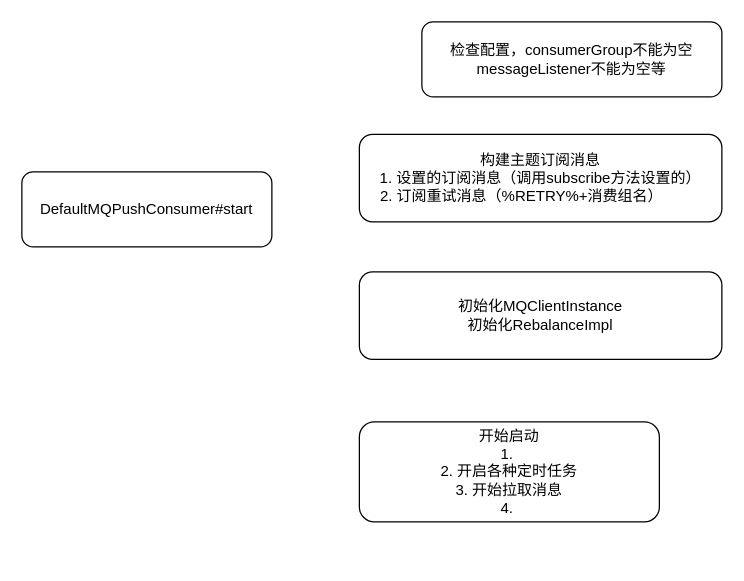
Above: rocketmq/消费者启动流程.drawio in erlieStar/diagrams (draw.io), before the change. Source tidied: cells renumbered, new cells numbered last; positions are measured from the earlier drawing's top-left corner, leaving out a move shared by most shapes. Both pictures are drawn from the tidied source at 125%, with x=0, y=0 at pixel (21, 21).
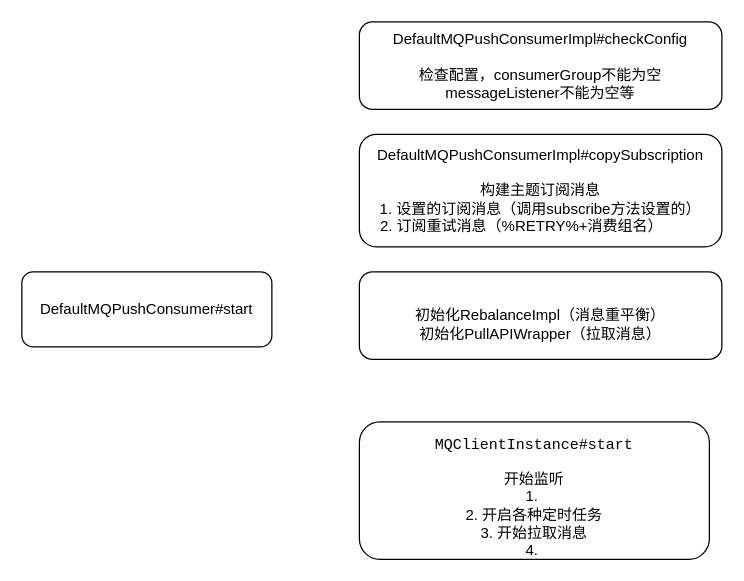
The same page after the edit.

Commit message:
Update 消费者启动流程.drawio

The edit, as a diff of the source:
```diff
@@
 <mxGraphModel>
   <root>
     <mxCell id="0" />
     <mxCell id="1" parent="0" />
     <mxCell id="2" value="DefaultMQPushConsumer#start" style="rounded=1;whiteSpace=wrap;html=1;" parent="1" vertex="1">
-      <mxGeometry y="120" width="200" height="60" as="geometry" />
+      <mxGeometry y="200" width="200" height="60" as="geometry" />
     </mxCell>
-    <mxCell id="3" value="构建主题订阅消息&lt;br&gt;1. 设置的订阅消息（调用subscribe方法设置的）&lt;br&gt;2. 订阅重试消息（%RETRY%+消费组名）&amp;nbsp; &amp;nbsp; &amp;nbsp; &amp;nbsp; &amp;nbsp;" style="rounded=1;whiteSpace=wrap;html=1;" parent="1" vertex="1">
-      <mxGeometry x="270" y="90" width="290" height="70" as="geometry" />
+    <mxCell id="3" value="DefaultMQPushConsumerImpl#copySubscription&lt;br&gt;&lt;br&gt;构建主题订阅消息&lt;br&gt;1. 设置的订阅消息（调用subscribe方法设置的）&lt;br&gt;2. 订阅重试消息（%RETRY%+消费组名）&amp;nbsp; &amp;nbsp; &amp;nbsp; &amp;nbsp; &amp;nbsp;" style="rounded=1;whiteSpace=wrap;html=1;" parent="1" vertex="1">
+      <mxGeometry x="270" y="90" width="290" height="90" as="geometry" />
     </mxCell>
-    <mxCell id="4" value="初始化MQClientInstance&lt;br&gt;初始化RebalanceImpl" style="rounded=1;whiteSpace=wrap;html=1;" parent="1" vertex="1">
+    <mxCell id="4" value="&lt;br&gt;初始化RebalanceImpl（消息重平衡）&lt;br&gt;初始化PullAPIWrapper（拉取消息）" style="rounded=1;whiteSpace=wrap;html=1;" parent="1" vertex="1">
       <mxGeometry x="270" y="200" width="290" height="70" as="geometry" />
     </mxCell>
-    <mxCell id="5" value="&lt;div&gt;检查配置，consumerGroup不能为空&lt;/div&gt;&lt;div&gt;messageListener不能为空等&lt;/div&gt;" style="rounded=1;whiteSpace=wrap;html=1;" parent="1" vertex="1">
-      <mxGeometry x="320" width="240" height="60" as="geometry" />
+    <mxCell id="5" value="&lt;div&gt;DefaultMQPushConsumerImpl#checkConfig&lt;br&gt;&lt;/div&gt;&lt;div&gt;&lt;br&gt;&lt;/div&gt;&lt;div&gt;检查配置，consumerGroup不能为空&lt;/div&gt;&lt;div&gt;messageListener不能为空等&lt;/div&gt;" style="rounded=1;whiteSpace=wrap;html=1;" parent="1" vertex="1">
+      <mxGeometry x="270" width="290" height="70" as="geometry" />
     </mxCell>
-    <mxCell id="6" value="开始启动&lt;br&gt;1.&amp;nbsp;&lt;br&gt;2. 开启各种定时任务&lt;br&gt;3. 开始拉取消息&lt;br&gt;4.&amp;nbsp;" style="rounded=1;whiteSpace=wrap;html=1;" parent="1" vertex="1">
-      <mxGeometry x="270" y="320" width="240" height="80" as="geometry" />
+    <mxCell id="6" value="&lt;pre&gt;MQClientInstance#start&lt;/pre&gt;开始监听&lt;br&gt;1.&amp;nbsp;&lt;br&gt;2. 开启各种定时任务&lt;br&gt;3. 开始拉取消息&lt;br&gt;4.&amp;nbsp;" style="rounded=1;whiteSpace=wrap;html=1;" parent="1" vertex="1">
+      <mxGeometry x="270" y="320" width="280" height="110" as="geometry" />
     </mxCell>
   </root>
 </mxGraphModel>
```
